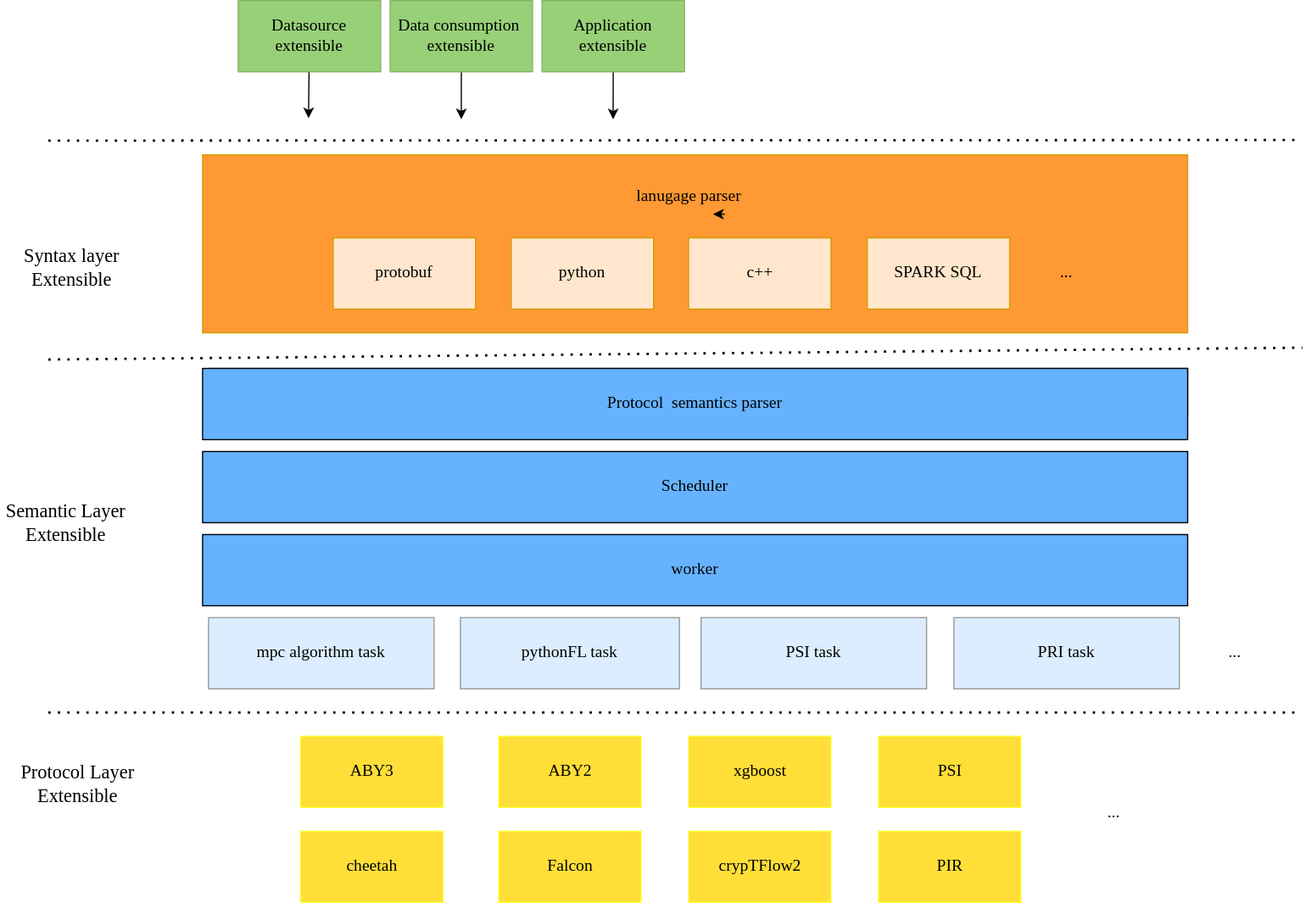
primihub/primihub-docs keeps this draw.io diagram as docs/core-concept/extensilbe-layer.svg. Above is the earlier version. Source tidied: cells renumbered, new cells last; positions are measured from the earlier drawing's top-left corner, leaving out a move shared by most shapes. Its diagram source:
```xml
<mxGraphModel>
  <root>
    <mxCell id="0" />
    <mxCell id="1" parent="0" />
    <mxCell id="2" style="edgeStyle=orthogonalEdgeStyle;rounded=0;jettySize=auto;html=1;fontSize=14;entryX=0.5;entryY=0;entryDx=0;entryDy=0;fontFamily=Tahoma;" parent="1" edge="1" target="35">
      <mxGeometry relative="1" as="geometry">
        <mxPoint x="590" y="155" as="sourcePoint" />
      </mxGeometry>
    </mxCell>
    <mxCell id="3" style="edgeStyle=orthogonalEdgeStyle;rounded=0;jettySize=auto;html=1;entryX=0.5;entryY=0;entryDx=0;entryDy=0;fontSize=14;fontFamily=Tahoma;" parent="1" edge="1" target="34">
      <mxGeometry relative="1" as="geometry">
        <mxPoint x="590" y="155" as="sourcePoint" />
      </mxGeometry>
    </mxCell>
    <mxCell id="4" style="edgeStyle=orthogonalEdgeStyle;rounded=0;jettySize=auto;html=1;entryX=0.5;entryY=0;entryDx=0;entryDy=0;fontSize=14;fontFamily=Tahoma;" parent="1" edge="1" target="33">
      <mxGeometry relative="1" as="geometry">
        <mxPoint x="590" y="155" as="sourcePoint" />
      </mxGeometry>
    </mxCell>
    <mxCell id="5" style="edgeStyle=orthogonalEdgeStyle;rounded=0;jettySize=auto;html=1;entryX=0.5;entryY=0;entryDx=0;entryDy=0;fontSize=14;fontFamily=Tahoma;" parent="1" edge="1" source="12" target="36">
      <mxGeometry relative="1" as="geometry">
        <Array as="points">
          <mxPoint x="580" y="160" />
          <mxPoint x="580" y="160" />
        </Array>
      </mxGeometry>
    </mxCell>
    <mxCell id="6" value="Protocol&amp;nbsp; semantics parser" style="rounded=0;whiteSpace=wrap;html=1;fontFamily=Tahoma;fontSize=14;" parent="1" vertex="1">
      <mxGeometry x="175" y="310" width="825" height="40" as="geometry" />
    </mxCell>
    <mxCell id="7" value="ABY3" style="rounded=0;whiteSpace=wrap;html=1;fontFamily=Tahoma;fillColor=#FFDE38;fontSize=14;strokeColor=#FFFF33;" parent="1" vertex="1">
      <mxGeometry x="252.5" y="620" width="120" height="60" as="geometry" />
    </mxCell>
    <mxCell id="8" value="ABY2" style="rounded=0;whiteSpace=wrap;html=1;fontFamily=Tahoma;fillColor=#FFDE38;fontSize=14;strokeColor=#FFFF33;" parent="1" vertex="1">
      <mxGeometry x="419.5" y="620" width="120" height="60" as="geometry" />
    </mxCell>
    <mxCell id="9" value="xgboost" style="rounded=0;whiteSpace=wrap;html=1;fontFamily=Tahoma;fillColor=#FFDE38;fontSize=14;strokeColor=#FFFF33;" parent="1" vertex="1">
      <mxGeometry x="579.5" y="620" width="120" height="60" as="geometry" />
    </mxCell>
    <mxCell id="10" value="PSI" style="rounded=0;whiteSpace=wrap;html=1;fontFamily=Tahoma;fillColor=#FFDE38;fontSize=14;strokeColor=#FFFF33;" parent="1" vertex="1">
      <mxGeometry x="739.5" y="620" width="120" height="60" as="geometry" />
    </mxCell>
    <mxCell id="11" value="PIR" style="rounded=0;whiteSpace=wrap;html=1;fontFamily=Tahoma;fillColor=#FFDE38;fontSize=14;strokeColor=#FFFF33;" parent="1" vertex="1">
      <mxGeometry x="739.5" y="700" width="120" height="60" as="geometry" />
    </mxCell>
    <mxCell id="12" style="rounded=0;whiteSpace=wrap;html=1;fontFamily=Tahoma;fillColor=#FF9933;fontSize=14;strokeColor=#d79b00;" parent="1" vertex="1">
      <mxGeometry x="170" y="130" width="830" height="150" as="geometry" />
    </mxCell>
    <mxCell id="13" value="&lt;font style=&quot;font-size: 14px;&quot;&gt;...&lt;/font&gt;" style="text;html=1;strokeColor=none;fillColor=none;align=center;verticalAlign=middle;whiteSpace=wrap;rounded=0;fontFamily=Tahoma;fontSize=14;" parent="1" vertex="1">
      <mxGeometry x="868" y="215" width="60" height="30" as="geometry" />
    </mxCell>
    <mxCell id="14" value="&lt;font style=&quot;font-size: 16px;&quot;&gt;Protocol Layer Extensible&lt;/font&gt;" style="text;html=1;strokeColor=none;fillColor=none;align=center;verticalAlign=middle;whiteSpace=wrap;rounded=0;fontFamily=Tahoma;fontSize=14;" parent="1" vertex="1">
      <mxGeometry x="10" y="645" width="110" height="30" as="geometry" />
    </mxCell>
    <mxCell id="15" style="endArrow=none;dashed=1;html=1;dashPattern=1 3;strokeWidth=2;rounded=0;startArrow=none;fontFamily=Tahoma;fontSize=14;" parent="1" edge="1">
      <mxGeometry relative="1" as="geometry">
        <mxPoint x="40" y="302.5" as="sourcePoint" />
        <mxPoint x="1096.7" y="292.5" as="targetPoint" />
      </mxGeometry>
    </mxCell>
    <mxCell id="16" value="&lt;font style=&quot;font-size: 16px;&quot;&gt;Semantic Layer Extensible&lt;/font&gt;" style="text;html=1;strokeColor=none;fillColor=none;align=center;verticalAlign=middle;whiteSpace=wrap;rounded=0;fontFamily=Tahoma;fontSize=14;" parent="1" vertex="1">
      <mxGeometry y="425" width="110" height="30" as="geometry" />
    </mxCell>
    <mxCell id="17" value="&lt;font style=&quot;font-size: 16px;&quot;&gt;Syntax layer Extensible&lt;/font&gt;" style="text;html=1;strokeColor=none;fillColor=none;align=center;verticalAlign=middle;whiteSpace=wrap;rounded=0;fontFamily=Tahoma;fontSize=14;" parent="1" vertex="1">
      <mxGeometry x="10" y="210" width="100" height="30" as="geometry" />
    </mxCell>
    <mxCell id="18" value="Scheduler" style="rounded=0;whiteSpace=wrap;html=1;fontFamily=Tahoma;fontSize=14;fillColor=#66B2FF;" parent="1" vertex="1">
      <mxGeometry x="170" y="380" width="830" height="60" as="geometry" />
    </mxCell>
    <mxCell id="19" style="endArrow=none;dashed=1;html=1;dashPattern=1 3;strokeWidth=2;rounded=0;fontFamily=Tahoma;fontSize=14;" parent="1" edge="1">
      <mxGeometry relative="1" as="geometry">
        <mxPoint x="40" y="600" as="sourcePoint" />
        <mxPoint x="1090" y="600" as="targetPoint" />
      </mxGeometry>
    </mxCell>
    <mxCell id="20" value="Falcon" style="rounded=0;whiteSpace=wrap;html=1;fontFamily=Tahoma;fillColor=#FFDE38;fontSize=14;strokeColor=#FFFF33;" parent="1" vertex="1">
      <mxGeometry x="419.5" y="700" width="120" height="60" as="geometry" />
    </mxCell>
    <mxCell id="21" value="crypTFlow2" style="rounded=0;whiteSpace=wrap;html=1;fontFamily=Tahoma;fillColor=#FFDE38;fontSize=14;strokeColor=#FFFF33;" parent="1" vertex="1">
      <mxGeometry x="579.5" y="700" width="120" height="60" as="geometry" />
    </mxCell>
    <mxCell id="22" value="cheetah" style="rounded=0;whiteSpace=wrap;html=1;fontFamily=Tahoma;fillColor=#FFDE38;fontSize=14;strokeColor=#FFFF33;" parent="1" vertex="1">
      <mxGeometry x="252.5" y="700" width="120" height="60" as="geometry" />
    </mxCell>
    <mxCell id="23" value="Protocol&amp;nbsp; semantics parser" style="rounded=0;whiteSpace=wrap;html=1;fontFamily=Tahoma;fontSize=14;fillColor=#66B2FF;" parent="1" vertex="1">
      <mxGeometry x="170" y="310" width="830" height="60" as="geometry" />
    </mxCell>
    <mxCell id="24" value="worker" style="rounded=0;whiteSpace=wrap;html=1;fontFamily=Tahoma;fontSize=14;fillColor=#66B2FF;" parent="1" vertex="1">
      <mxGeometry x="170" y="450" width="830" height="60" as="geometry" />
    </mxCell>
    <mxCell id="25" value="mpc algorithm task" style="rounded=0;whiteSpace=wrap;html=1;fontFamily=Tahoma;strokeColor=#999999;fillColor=#DBEDFF;fontSize=14;" parent="1" vertex="1">
      <mxGeometry x="175" y="520" width="190" height="60" as="geometry" />
    </mxCell>
    <mxCell id="26" style="rounded=0;jettySize=auto;html=1;entryX=0.093;entryY=-0.01;entryDx=0;entryDy=0;entryPerimeter=0;fontSize=14;fontFamily=Tahoma;" parent="1" edge="1" source="27">
      <mxGeometry relative="1" as="geometry">
        <mxPoint x="259.3" y="99.2" as="targetPoint" />
      </mxGeometry>
    </mxCell>
    <mxCell id="27" value="&lt;font style=&quot;font-size: 14px;&quot;&gt;Datasource extensible&lt;/font&gt;" style="rounded=0;whiteSpace=wrap;html=1;fontSize=14;fontFamily=Tahoma;fillColor=#97D077;strokeColor=#82b366;" parent="1" vertex="1">
      <mxGeometry x="200" width="120" height="60" as="geometry" />
    </mxCell>
    <mxCell id="28" style="rounded=0;jettySize=auto;html=1;fontSize=14;entryX=0.25;entryY=0;entryDx=0;entryDy=0;fontFamily=Tahoma;" parent="1" edge="1" source="29">
      <mxGeometry relative="1" as="geometry">
        <mxPoint x="388" y="100" as="targetPoint" />
      </mxGeometry>
    </mxCell>
    <mxCell id="29" value="Data consumption&amp;nbsp;&lt;br&gt;extensible" style="rounded=0;whiteSpace=wrap;html=1;fontSize=14;fontFamily=Tahoma;fillColor=#97D077;strokeColor=#82b366;" parent="1" vertex="1">
      <mxGeometry x="328" width="120" height="60" as="geometry" />
    </mxCell>
    <mxCell id="30" style="edgeStyle=none;rounded=0;jettySize=auto;html=1;entryX=0.406;entryY=0.001;entryDx=0;entryDy=0;entryPerimeter=0;fontSize=14;fontFamily=Tahoma;" parent="1" edge="1" source="31">
      <mxGeometry relative="1" as="geometry">
        <mxPoint x="515.9" y="100.1" as="targetPoint" />
      </mxGeometry>
    </mxCell>
    <mxCell id="31" value="&lt;font style=&quot;font-size: 14px;&quot;&gt;Application&lt;br&gt;extensible&lt;br&gt;&lt;/font&gt;" style="rounded=0;whiteSpace=wrap;html=1;fontSize=14;fontFamily=Tahoma;fillColor=#97D077;strokeColor=#82b366;" parent="1" vertex="1">
      <mxGeometry x="456" width="120" height="60" as="geometry" />
    </mxCell>
    <mxCell id="32" style="endArrow=none;dashed=1;html=1;dashPattern=1 3;strokeWidth=2;rounded=0;startArrow=none;fontFamily=Tahoma;fontSize=14;" parent="1" edge="1">
      <mxGeometry relative="1" as="geometry">
        <mxPoint x="40" y="118" as="sourcePoint" />
        <mxPoint x="1090" y="117.5" as="targetPoint" />
      </mxGeometry>
    </mxCell>
    <mxCell id="33" value="protobuf" style="rounded=0;whiteSpace=wrap;html=1;fontFamily=Tahoma;fontSize=14;strokeColor=#d79b00;fillColor=#ffe6cc;" parent="1" vertex="1">
      <mxGeometry x="280" y="200" width="120" height="60" as="geometry" />
    </mxCell>
    <mxCell id="34" value="python&lt;br style=&quot;font-size: 14px;&quot;&gt;" style="rounded=0;whiteSpace=wrap;html=1;fontFamily=Tahoma;fontSize=14;strokeColor=#d79b00;fillColor=#ffe6cc;" parent="1" vertex="1">
      <mxGeometry x="430" y="200" width="120" height="60" as="geometry" />
    </mxCell>
    <mxCell id="35" value="SPARK SQL" style="rounded=0;whiteSpace=wrap;html=1;fontFamily=Tahoma;fontSize=14;strokeColor=#d79b00;fillColor=#ffe6cc;" parent="1" vertex="1">
      <mxGeometry x="730" y="200" width="120" height="60" as="geometry" />
    </mxCell>
    <mxCell id="36" value="c++" style="rounded=0;whiteSpace=wrap;html=1;fontFamily=Tahoma;fontSize=14;strokeColor=#d79b00;fillColor=#ffe6cc;" parent="1" vertex="1">
      <mxGeometry x="579.5" y="200" width="120" height="60" as="geometry" />
    </mxCell>
    <mxCell id="37" value="lanugage parser" style="text;html=1;strokeColor=none;fillColor=none;align=center;verticalAlign=middle;whiteSpace=wrap;rounded=0;sketch=0;fontFamily=Tahoma;fontSize=14;" parent="1" vertex="1">
      <mxGeometry x="520" y="150" width="120" height="30" as="geometry" />
    </mxCell>
    <mxCell id="38" value="&lt;font style=&quot;font-size: 14px;&quot;&gt;...&lt;/font&gt;" style="text;html=1;strokeColor=none;fillColor=none;align=center;verticalAlign=middle;whiteSpace=wrap;rounded=0;fontFamily=Tahoma;fontSize=14;" parent="1" vertex="1">
      <mxGeometry x="907.5" y="670" width="60" height="30" as="geometry" />
    </mxCell>
    <mxCell id="39" value="&amp;nbsp;pythonFL task&amp;nbsp;" style="rounded=0;whiteSpace=wrap;html=1;fontFamily=Tahoma;strokeColor=#999999;fillColor=#DBEDFF;fontSize=14;" parent="1" vertex="1">
      <mxGeometry x="387.2" y="520" width="184.5" height="60" as="geometry" />
    </mxCell>
    <mxCell id="40" value="&amp;nbsp;PSI task&amp;nbsp;" style="rounded=0;whiteSpace=wrap;html=1;fontFamily=Tahoma;strokeColor=#999999;fillColor=#DBEDFF;fontSize=14;" parent="1" vertex="1">
      <mxGeometry x="590" y="520" width="190" height="60" as="geometry" />
    </mxCell>
    <mxCell id="41" value="&amp;nbsp;PRI task&amp;nbsp;" style="rounded=0;whiteSpace=wrap;html=1;fontFamily=Tahoma;strokeColor=#999999;fillColor=#DBEDFF;fontSize=14;" parent="1" vertex="1">
      <mxGeometry x="803" y="520" width="190" height="60" as="geometry" />
    </mxCell>
    <mxCell id="42" value="&lt;font style=&quot;font-size: 14px;&quot;&gt;...&lt;/font&gt;" style="text;html=1;strokeColor=none;fillColor=none;align=center;verticalAlign=middle;whiteSpace=wrap;rounded=0;fontFamily=Tahoma;fontSize=14;" parent="1" vertex="1">
      <mxGeometry x="1010" y="535" width="60" height="30" as="geometry" />
    </mxCell>
    <mxCell id="43" style="edgeStyle=orthogonalEdgeStyle;curved=0;rounded=1;sketch=0;orthogonalLoop=1;jettySize=auto;html=1;exitX=0.75;exitY=1;exitDx=0;exitDy=0;entryX=0.667;entryY=1;entryDx=0;entryDy=0;entryPerimeter=0;dashed=1;fontFamily=Tahoma;fontSize=16;fontColor=#FFFFFF;" parent="1" edge="1" source="37" target="37">
      <mxGeometry relative="1" as="geometry" />
    </mxCell>
  </root>
</mxGraphModel>
```
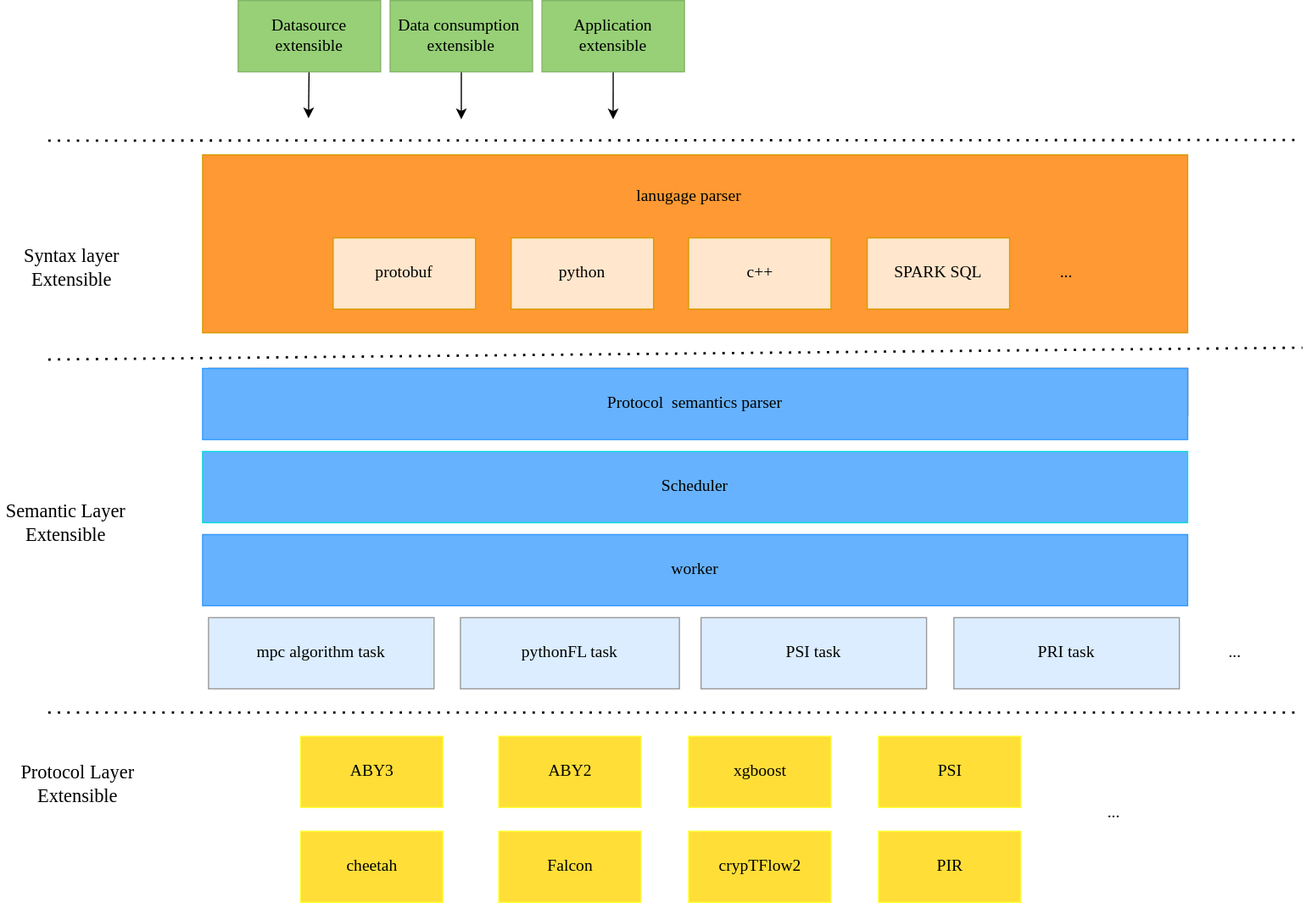
The same diagram one commit later.

Change to the diagram source:
```diff
@@ -64,7 +64,7 @@
     <mxCell id="17" value="&lt;font style=&quot;font-size: 16px;&quot;&gt;Syntax layer Extensible&lt;/font&gt;" style="text;html=1;strokeColor=none;fillColor=none;align=center;verticalAlign=middle;whiteSpace=wrap;rounded=0;fontFamily=Tahoma;fontSize=14;" parent="1" vertex="1">
       <mxGeometry x="10" y="210" width="100" height="30" as="geometry" />
     </mxCell>
-    <mxCell id="18" value="Scheduler" style="rounded=0;whiteSpace=wrap;html=1;fontFamily=Tahoma;fontSize=14;fillColor=#66B2FF;" parent="1" vertex="1">
+    <mxCell id="18" value="Scheduler" style="rounded=0;whiteSpace=wrap;html=1;fontFamily=Tahoma;fontSize=14;fillColor=#66B2FF;strokeColor=#06DBDB;" parent="1" vertex="1">
       <mxGeometry x="170" y="380" width="830" height="60" as="geometry" />
     </mxCell>
     <mxCell id="19" style="endArrow=none;dashed=1;html=1;dashPattern=1 3;strokeWidth=2;rounded=0;fontFamily=Tahoma;fontSize=14;" parent="1" edge="1">
@@ -82,10 +82,10 @@
     <mxCell id="22" value="cheetah" style="rounded=0;whiteSpace=wrap;html=1;fontFamily=Tahoma;fillColor=#FFDE38;fontSize=14;strokeColor=#FFFF33;" parent="1" vertex="1">
       <mxGeometry x="252.5" y="700" width="120" height="60" as="geometry" />
     </mxCell>
-    <mxCell id="23" value="Protocol&amp;nbsp; semantics parser" style="rounded=0;whiteSpace=wrap;html=1;fontFamily=Tahoma;fontSize=14;fillColor=#66B2FF;" parent="1" vertex="1">
+    <mxCell id="23" value="Protocol&amp;nbsp; semantics parser" style="rounded=0;whiteSpace=wrap;html=1;fontFamily=Tahoma;fontSize=14;fillColor=#66B2FF;strokeColor=#3399FF;" parent="1" vertex="1">
       <mxGeometry x="170" y="310" width="830" height="60" as="geometry" />
     </mxCell>
-    <mxCell id="24" value="worker" style="rounded=0;whiteSpace=wrap;html=1;fontFamily=Tahoma;fontSize=14;fillColor=#66B2FF;" parent="1" vertex="1">
+    <mxCell id="24" value="worker" style="rounded=0;whiteSpace=wrap;html=1;fontFamily=Tahoma;fontSize=14;fillColor=#66B2FF;strokeColor=#3399FF;" parent="1" vertex="1">
       <mxGeometry x="170" y="450" width="830" height="60" as="geometry" />
     </mxCell>
     <mxCell id="25" value="mpc algorithm task" style="rounded=0;whiteSpace=wrap;html=1;fontFamily=Tahoma;strokeColor=#999999;fillColor=#DBEDFF;fontSize=14;" parent="1" vertex="1">
@@ -151,8 +151,5 @@
     <mxCell id="42" value="&lt;font style=&quot;font-size: 14px;&quot;&gt;...&lt;/font&gt;" style="text;html=1;strokeColor=none;fillColor=none;align=center;verticalAlign=middle;whiteSpace=wrap;rounded=0;fontFamily=Tahoma;fontSize=14;" parent="1" vertex="1">
       <mxGeometry x="1010" y="535" width="60" height="30" as="geometry" />
     </mxCell>
-    <mxCell id="43" style="edgeStyle=orthogonalEdgeStyle;curved=0;rounded=1;sketch=0;orthogonalLoop=1;jettySize=auto;html=1;exitX=0.75;exitY=1;exitDx=0;exitDy=0;entryX=0.667;entryY=1;entryDx=0;entryDy=0;entryPerimeter=0;dashed=1;fontFamily=Tahoma;fontSize=16;fontColor=#FFFFFF;" parent="1" edge="1" source="37" target="37">
-      <mxGeometry relative="1" as="geometry" />
-    </mxCell>
   </root>
 </mxGraphModel>
```
